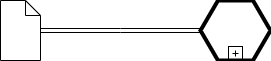
Before: Untitled_Diagram.drawio.png, a diagram exported from draw.io (dkorolev13/test_drawio). Source tidied: cells renumbered, new cells last; positions are measured from the earlier drawing's top-left corner, leaving out a move shared by most shapes.
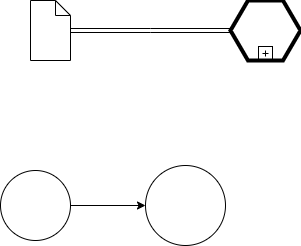
After the change.

What changed in the source:
```diff
@@ -14,5 +14,14 @@
     <mxCell id="4" style="shape=mxgraph.bpmn.conversation;perimeter=hexagonPerimeter2;whiteSpace=wrap;html=1;bpmnConversationType=call;isLoopSub=1;" parent="1" vertex="1">
       <mxGeometry x="200" width="70" height="60" as="geometry" />
     </mxCell>
+    <mxCell id="5" style="edgeStyle=orthogonalEdgeStyle;rounded=0;jettySize=auto;html=1;" parent="1" edge="1" source="6" target="7">
+      <mxGeometry relative="1" as="geometry" />
+    </mxCell>
+    <mxCell id="6" style="points=[[0.145,0.145,0],[0.5,0,0],[0.855,0.145,0],[1,0.5,0],[0.855,0.855,0],[0.5,1,0],[0.145,0.855,0],[0,0.5,0]];shape=mxgraph.bpmn.event;html=1;verticalLabelPosition=bottom;labelBackgroundColor=#ffffff;verticalAlign=top;align=center;perimeter=ellipsePerimeter;outlineConnect=0;outline=standard;symbol=general;" parent="1" vertex="1">
+      <mxGeometry x="-30" y="170" width="70" height="70" as="geometry" />
+    </mxCell>
+    <mxCell id="7" style="ellipse;whiteSpace=wrap;html=1;verticalAlign=top;labelBackgroundColor=#ffffff;direction=south;" parent="1" vertex="1">
+      <mxGeometry x="115" y="165" width="80" height="80" as="geometry" />
+    </mxCell>
   </root>
 </mxGraphModel>
```
